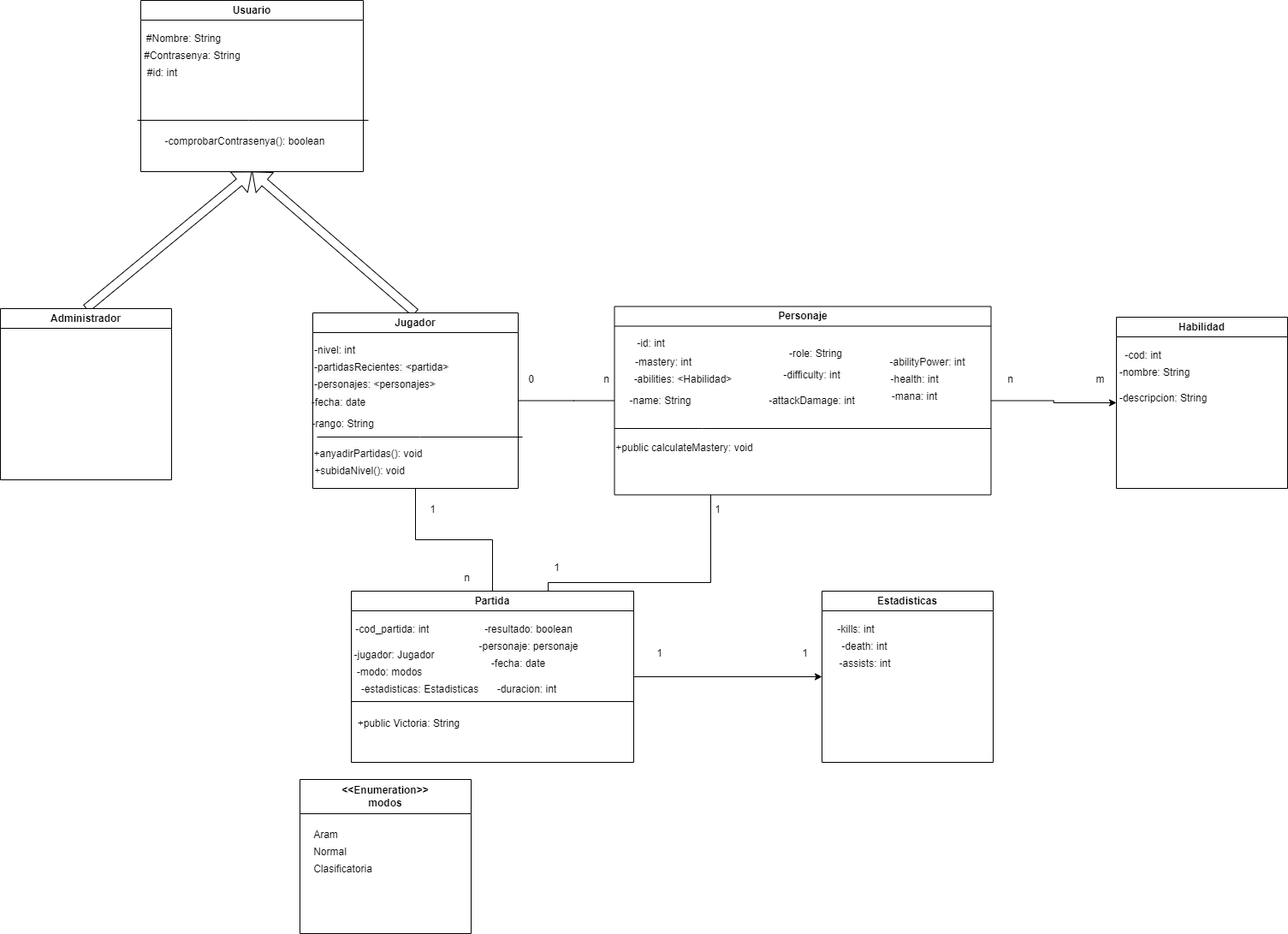
This is Reto4/Diagrama/Diagrama de Clases.png from Iker-elorrieta/Erronka4T3, a draw.io export, as it was before one commit. Source tidied: cells renumbered, new cells last; positions are measured from the earlier drawing's top-left corner, leaving out a move shared by most shapes.
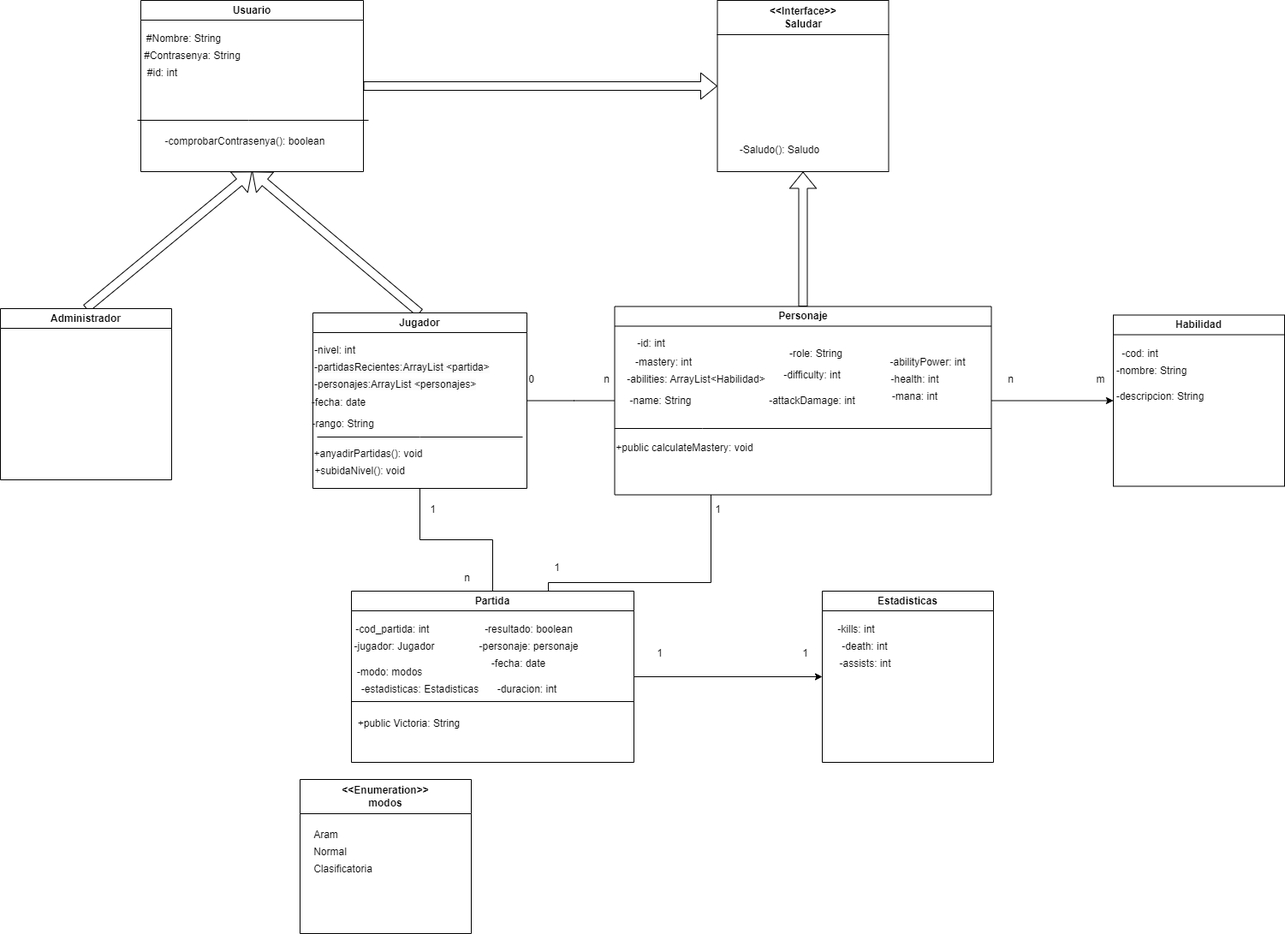
The same diagram one commit later.

Commit message:
Sprint 1 correcion diagrama

What changed in the source:
```diff
@@ -32,16 +32,16 @@
       <mxGeometry relative="1" as="geometry" />
     </mxCell>
     <mxCell id="10" value="Jugador" style="swimlane;whiteSpace=wrap;html=1;" parent="1" vertex="1">
-      <mxGeometry x="365" y="365" width="240" height="205" as="geometry" />
+      <mxGeometry x="365" y="365" width="250" height="205" as="geometry" />
     </mxCell>
     <mxCell id="11" value="-nivel: int&lt;br/&gt;&lt;br&gt;" style="text;whiteSpace=wrap;html=1;" parent="10" vertex="1">
       <mxGeometry y="30" width="60" height="30" as="geometry" />
     </mxCell>
-    <mxCell id="12" value="&lt;span style=&quot;color: rgb(0, 0, 0); font-family: Helvetica; font-size: 12px; font-style: normal; font-variant-ligatures: normal; font-variant-caps: normal; font-weight: 400; letter-spacing: normal; orphans: 2; text-align: center; text-indent: 0px; text-transform: none; widows: 2; word-spacing: 0px; -webkit-text-stroke-width: 0px; background-color: rgb(251, 251, 251); text-decoration-thickness: initial; text-decoration-style: initial; text-decoration-color: initial; float: none; display: inline !important;&quot;&gt;-personajes: &amp;lt;personajes&amp;gt;&lt;/span&gt;" style="text;whiteSpace=wrap;html=1;" parent="10" vertex="1">
-      <mxGeometry y="70" width="150" height="30" as="geometry" />
+    <mxCell id="12" value="&lt;span style=&quot;color: rgb(0, 0, 0); font-family: Helvetica; font-size: 12px; font-style: normal; font-variant-ligatures: normal; font-variant-caps: normal; font-weight: 400; letter-spacing: normal; orphans: 2; text-align: center; text-indent: 0px; text-transform: none; widows: 2; word-spacing: 0px; -webkit-text-stroke-width: 0px; background-color: rgb(251, 251, 251); text-decoration-thickness: initial; text-decoration-style: initial; text-decoration-color: initial; float: none; display: inline !important;&quot;&gt;-personajes:ArrayList &amp;lt;personajes&amp;gt;&lt;/span&gt;" style="text;whiteSpace=wrap;html=1;" parent="10" vertex="1">
+      <mxGeometry y="70" width="210" height="30" as="geometry" />
     </mxCell>
-    <mxCell id="13" value="&lt;span style=&quot;color: rgb(0, 0, 0); font-family: Helvetica; font-size: 12px; font-style: normal; font-variant-ligatures: normal; font-variant-caps: normal; font-weight: 400; letter-spacing: normal; orphans: 2; text-align: center; text-indent: 0px; text-transform: none; widows: 2; word-spacing: 0px; -webkit-text-stroke-width: 0px; background-color: rgb(251, 251, 251); text-decoration-thickness: initial; text-decoration-style: initial; text-decoration-color: initial; float: none; display: inline !important;&quot;&gt;-partidasRecientes: &amp;lt;partida&amp;gt;&lt;/span&gt;" style="text;whiteSpace=wrap;html=1;" parent="10" vertex="1">
-      <mxGeometry y="50" width="180" height="40" as="geometry" />
+    <mxCell id="13" value="&lt;span style=&quot;color: rgb(0, 0, 0); font-family: Helvetica; font-size: 12px; font-style: normal; font-variant-ligatures: normal; font-variant-caps: normal; font-weight: 400; letter-spacing: normal; orphans: 2; text-align: center; text-indent: 0px; text-transform: none; widows: 2; word-spacing: 0px; -webkit-text-stroke-width: 0px; background-color: rgb(251, 251, 251); text-decoration-thickness: initial; text-decoration-style: initial; text-decoration-color: initial; float: none; display: inline !important;&quot;&gt;-partidasRecientes:ArrayList &amp;lt;partida&amp;gt;&lt;/span&gt;" style="text;whiteSpace=wrap;html=1;" parent="10" vertex="1">
+      <mxGeometry y="50" width="250" height="40" as="geometry" />
     </mxCell>
     <mxCell id="14" value="+anyadirPartidas(): void" style="text;html=1;strokeColor=none;fillColor=none;align=center;verticalAlign=middle;whiteSpace=wrap;rounded=0;" parent="10" vertex="1">
       <mxGeometry y="150" width="130" height="30" as="geometry" />
@@ -79,8 +79,8 @@
     <mxCell id="23" value="-mastery: int" style="text;html=1;strokeColor=none;fillColor=none;align=center;verticalAlign=middle;whiteSpace=wrap;rounded=0;" parent="22" vertex="1">
       <mxGeometry x="7" y="50" width="100" height="30" as="geometry" />
     </mxCell>
-    <mxCell id="24" value="-abilities: &amp;lt;Habilidad&amp;gt;" style="text;html=1;strokeColor=none;fillColor=none;align=center;verticalAlign=middle;whiteSpace=wrap;rounded=0;" parent="22" vertex="1">
-      <mxGeometry x="10" y="70" width="140" height="30" as="geometry" />
+    <mxCell id="24" value="-abilities: ArrayList&amp;lt;Habilidad&amp;gt;" style="text;html=1;strokeColor=none;fillColor=none;align=center;verticalAlign=middle;whiteSpace=wrap;rounded=0;" parent="22" vertex="1">
+      <mxGeometry x="10" y="70" width="170" height="30" as="geometry" />
     </mxCell>
     <mxCell id="25" value="-role: String" style="text;html=1;strokeColor=none;fillColor=none;align=center;verticalAlign=middle;whiteSpace=wrap;rounded=0;" parent="22" vertex="1">
       <mxGeometry x="185" y="40" width="100" height="30" as="geometry" />
@@ -110,7 +110,7 @@
       <mxGeometry x="7" y="95" width="93" height="30" as="geometry" />
     </mxCell>
     <mxCell id="34" value="Habilidad" style="swimlane;whiteSpace=wrap;html=1;" parent="1" vertex="1">
-      <mxGeometry x="1304" y="370" width="200" height="200" as="geometry" />
+      <mxGeometry x="1300" y="367.5" width="200" height="200" as="geometry" />
     </mxCell>
     <mxCell id="35" value="-nombre: String" style="text;html=1;strokeColor=none;fillColor=none;align=center;verticalAlign=middle;whiteSpace=wrap;rounded=0;" parent="34" vertex="1">
       <mxGeometry y="50" width="90" height="30" as="geometry" />
@@ -149,7 +149,7 @@
       <mxGeometry x="5" y="140" width="125" height="30" as="geometry" />
     </mxCell>
     <mxCell id="47" value="-jugador: Jugador" style="text;html=1;align=center;verticalAlign=middle;strokeColor=none;fillColor=none;" parent="39" vertex="1">
-      <mxGeometry x="-10" y="60" width="120" height="30" as="geometry" />
+      <mxGeometry x="-10" y="50" width="120" height="30" as="geometry" />
     </mxCell>
     <mxCell id="48" style="endArrow=none;html=1;rounded=0;" parent="39" edge="1">
       <mxGeometry relative="1" as="geometry">
@@ -244,5 +244,17 @@
     <mxCell id="71" value="n" style="text;html=1;align=center;verticalAlign=middle;strokeColor=none;fillColor=none;" parent="1" vertex="1">
       <mxGeometry x="530" y="660" width="30" height="30" as="geometry" />
     </mxCell>
+    <mxCell id="72" value="&amp;lt;&amp;lt;Interface&amp;gt;&amp;gt;&lt;br&gt;Saludar" style="swimlane;whiteSpace=wrap;html=1;startSize=40;" parent="1" vertex="1">
+      <mxGeometry x="837.5" width="200" height="200" as="geometry" />
+    </mxCell>
+    <mxCell id="73" value="-Saludo(): Saludo" style="text;html=1;align=center;verticalAlign=middle;strokeColor=none;fillColor=none;" parent="72" vertex="1">
+      <mxGeometry x="12.5" y="160" width="120" height="30" as="geometry" />
+    </mxCell>
+    <mxCell id="74" style="shape=flexArrow;endArrow=classic;html=1;rounded=0;exitX=1;exitY=0.5;exitDx=0;exitDy=0;entryX=0;entryY=0.5;entryDx=0;entryDy=0;" parent="1" edge="1" source="2" target="72">
+      <mxGeometry relative="1" as="geometry" />
+    </mxCell>
+    <mxCell id="75" style="shape=flexArrow;endArrow=classic;html=1;rounded=0;exitX=0.5;exitY=0;exitDx=0;exitDy=0;entryX=0.5;entryY=1;entryDx=0;entryDy=0;" parent="1" edge="1" source="22" target="72">
+      <mxGeometry relative="1" as="geometry" />
+    </mxCell>
   </root>
 </mxGraphModel>
```
